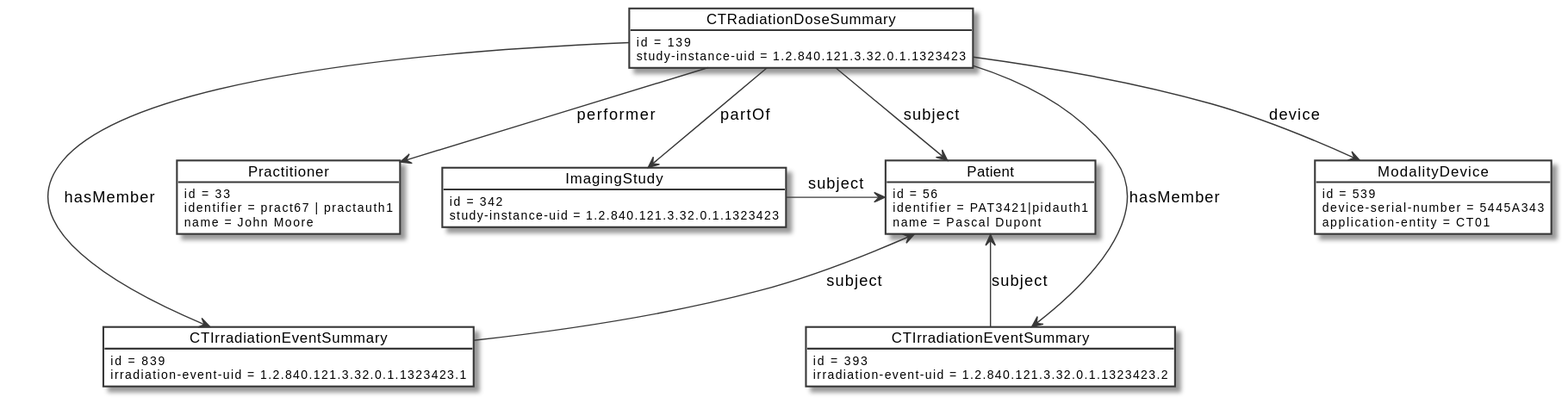
Before: input/images/example1.svg, a diagram exported from PlantUML (HL7/fhir-radiation-dose-summary-ig).
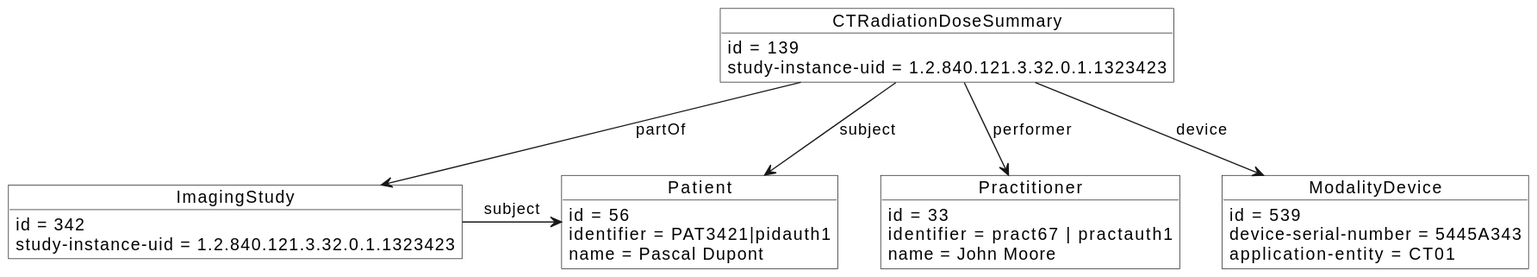
Above is the later version.

Diff of the diagram source:
```diff
@@ -29,25 +29,9 @@
   application-entity = CT01
 }
 
-object  "CTIrradiationEventSummary" as CTIrradiationEventSummary1  #white {
-  id = 839
-  irradiation-event-uid = 1.2.840.121.3.32.0.1.1323423.1
-}
-
-object  "CTIrradiationEventSummary" as CTIrradiationEventSummary2 #white {
-  id = 393
-  irradiation-event-uid = 1.2.840.121.3.32.0.1.1323423.2
-}
-
 CTRadiationDoseSummary -d-> Patient : "subject"
 CTRadiationDoseSummary -d-> ImagingStudy : "partOf"
 CTRadiationDoseSummary -d-> Practitioner : "performer"
 CTRadiationDoseSummary -d-> ModalityDevice : "device"
-CTRadiationDoseSummary -d-> CTIrradiationEventSummary1 : "hasMember"
-CTRadiationDoseSummary -d-> CTIrradiationEventSummary2 : "hasMember"
-Practitioner -[hidden]d-> CTIrradiationEventSummary1 : "hasMember"
-Practitioner -[hidden]d-> CTIrradiationEventSummary2 : "hasMember"
-CTIrradiationEventSummary1 -u-> Patient : "subject"
-CTIrradiationEventSummary2 -u-> Patient : "subject"
 ImagingStudy -> Patient : "subject"
 @enduml
```
